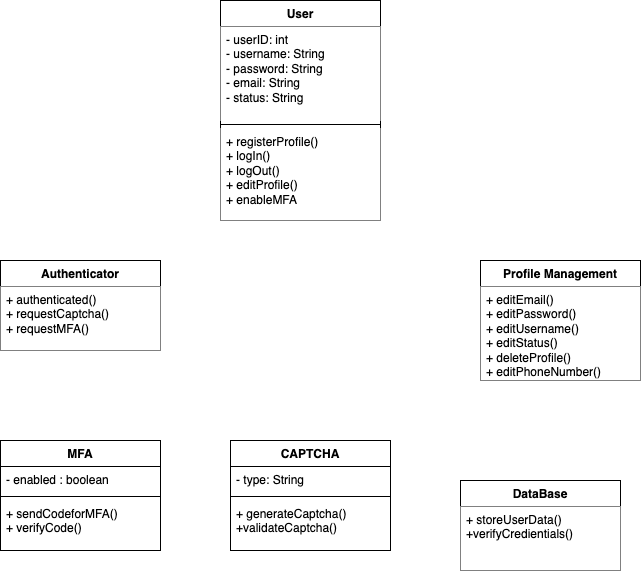
Earlier version of the draw.io export docs/class_structure_diagrams/class_structure_diagram_06.png (ShakH00/OMGame). Source tidied: cells renumbered, new cells last; positions are measured from the earlier drawing's top-left corner, leaving out a move shared by most shapes.
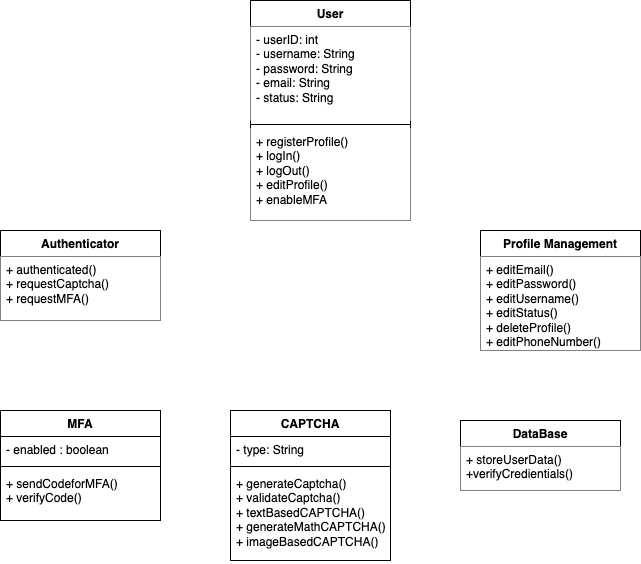
The same diagram one commit later.

Commit message:
30215541- Edited CAPTCHA class for the class_structure_diagram_06.png

Change to the diagram source:
```diff
@@ -3,7 +3,7 @@
     <mxCell id="0" />
     <mxCell id="1" parent="0" />
     <mxCell id="2" value="User" style="swimlane;fontStyle=1;align=center;verticalAlign=top;horizontal=1;startSize=26;whiteSpace=wrap;html=1;" parent="1" vertex="1">
-      <mxGeometry x="220" width="160" height="220" as="geometry" />
+      <mxGeometry x="250" y="30" width="160" height="220" as="geometry" />
     </mxCell>
     <mxCell id="3" value="- userID: int&lt;div&gt;- username: String&lt;/div&gt;&lt;div&gt;- password: String&lt;/div&gt;&lt;div&gt;- email: String&lt;/div&gt;&lt;div&gt;- status: String&lt;/div&gt;" style="text;align=left;verticalAlign=top;spacingLeft=4;spacingRight=4;overflow=hidden;whiteSpace=wrap;html=1;fillColor=default;" parent="2" vertex="1">
       <mxGeometry y="26" width="160" height="94" as="geometry" />
@@ -39,7 +39,7 @@
       <mxGeometry y="60" width="160" height="50" as="geometry" />
     </mxCell>
     <mxCell id="14" value="CAPTCHA" style="swimlane;fontStyle=1;align=center;verticalAlign=top;horizontal=1;startSize=26;whiteSpace=wrap;html=1;" parent="1" vertex="1">
-      <mxGeometry x="230" y="440" width="160" height="110" as="geometry" />
+      <mxGeometry x="230" y="440" width="160" height="150" as="geometry" />
     </mxCell>
     <mxCell id="15" value="- type: String" style="text;strokeColor=none;fillColor=none;align=left;verticalAlign=top;spacingLeft=4;spacingRight=4;overflow=hidden;whiteSpace=wrap;html=1;" parent="14" vertex="1">
       <mxGeometry y="26" width="160" height="26" as="geometry" />
@@ -47,14 +47,14 @@
     <mxCell id="16" style="line;strokeWidth=1;fillColor=none;align=left;verticalAlign=middle;spacingTop=-1;spacingLeft=3;spacingRight=3;labelPosition=right;strokeColor=inherit;" parent="14" vertex="1">
       <mxGeometry y="52" width="160" height="8" as="geometry" />
     </mxCell>
-    <mxCell id="17" value="+ generateCaptcha()&lt;div&gt;+validateCaptcha()&lt;/div&gt;" style="text;strokeColor=none;fillColor=none;align=left;verticalAlign=top;spacingLeft=4;spacingRight=4;overflow=hidden;whiteSpace=wrap;html=1;" parent="14" vertex="1">
-      <mxGeometry y="60" width="160" height="50" as="geometry" />
+    <mxCell id="17" value="+ generateCaptcha()&lt;div&gt;+ validateCaptcha()&lt;/div&gt;&lt;div&gt;+ textBasedCAPTCHA()&lt;/div&gt;&lt;div&gt;+ generateMathCAPTCHA()&lt;/div&gt;&lt;div&gt;+ imageBasedCAPTCHA()&lt;/div&gt;" style="text;strokeColor=none;fillColor=none;align=left;verticalAlign=top;spacingLeft=4;spacingRight=4;overflow=hidden;whiteSpace=wrap;html=1;" parent="14" vertex="1">
+      <mxGeometry y="60" width="160" height="90" as="geometry" />
     </mxCell>
     <mxCell id="18" value="DataBase" style="swimlane;fontStyle=1;align=center;verticalAlign=top;horizontal=1;startSize=26;whiteSpace=wrap;html=1;" parent="1" vertex="1">
-      <mxGeometry x="460" y="480" width="160" height="90" as="geometry" />
+      <mxGeometry x="460" y="450" width="160" height="70" as="geometry" />
     </mxCell>
     <mxCell id="19" value="+ storeUserData()&lt;div&gt;+verifyCredientials()&lt;br&gt;&lt;div&gt;&lt;br&gt;&lt;/div&gt;&lt;/div&gt;" style="text;strokeColor=none;fillColor=default;align=left;verticalAlign=top;spacingLeft=4;spacingRight=4;overflow=hidden;whiteSpace=wrap;html=1;" parent="18" vertex="1">
-      <mxGeometry y="26" width="160" height="64" as="geometry" />
+      <mxGeometry y="26" width="160" height="44" as="geometry" />
     </mxCell>
   </root>
 </mxGraphModel>
```
